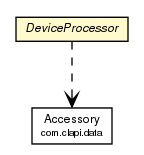
Before: javadoc/coreserver/com/connectlife/coreserver/environment/DeviceProcessor.png, a diagram exported from Graphviz (ericpinet/ConnectLife). Its source is kept beside it as javadoc/coreserver/com/connectlife/coreserver/environment/DeviceProcessor.dot.
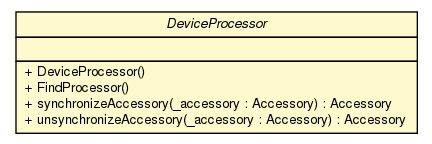
Above is the later version.

Change to the diagram source:
```diff
@@ -4,16 +4,18 @@
 	node [fontname="Helvetica",fontsize=10,shape=plaintext];
 	nodesep=0.25;
 	ranksep=0.5;
-	c1389 [label=<<table title="com.connectlife.coreserver.environment.DeviceProcessor" border="0" cellborder="1" cellspacing="0" cellpadding="2" port="p" bgcolor="lemonChiffon" href="./DeviceProcessor.html">
+	c1264 [label=<<table title="com.connectlife.coreserver.environment.DeviceProcessor" border="0" cellborder="1" cellspacing="0" cellpadding="2" port="p" bgcolor="lemonChiffon" href="./DeviceProcessor.html">
 		<tr><td><table border="0" cellspacing="0" cellpadding="1">
 <tr><td align="center" balign="center"><font face="Helvetica-Oblique"> DeviceProcessor </font></td></tr>
 		</table></td></tr>
-		</table>>, fontname="Helvetica", fontcolor="black", fontsize=9.0];
-	c1389:p -> c1412:p [taillabel="", label="", headlabel="", fontname="Helvetica", fontcolor="black", fontsize=10.0, color="black", arrowhead=open, style=dashed];
-	c1412 [label=<<table title="com.clapi.data.Accessory" border="0" cellborder="1" cellspacing="0" cellpadding="2" port="p" href="http://java.sun.com/j2se/1.4.2/docs/api/com/clapi/data/Accessory.html">
 		<tr><td><table border="0" cellspacing="0" cellpadding="1">
-<tr><td align="center" balign="center"> Accessory </td></tr>
-<tr><td align="center" balign="center"><font point-size="7.0"> com.clapi.data </font></td></tr>
+<tr><td align="left" balign="left">  </td></tr>
 		</table></td></tr>
-		</table>>, fontname="Helvetica", fontcolor="black", fontsize=9.0];
+		<tr><td><table border="0" cellspacing="0" cellpadding="1">
+<tr><td align="left" balign="left"> + DeviceProcessor() </td></tr>
+<tr><td align="left" balign="left"> + FindProcessor() </td></tr>
+<tr><td align="left" balign="left"> + synchronizeAccessory(_accessory : Accessory) : Accessory </td></tr>
+<tr><td align="left" balign="left"> + unsynchronizeAccessory(_accessory : Accessory) : Accessory </td></tr>
+		</table></td></tr>
+		</table>>, fontname="Helvetica", fontcolor="black", fontsize=10.0];
 }
```
